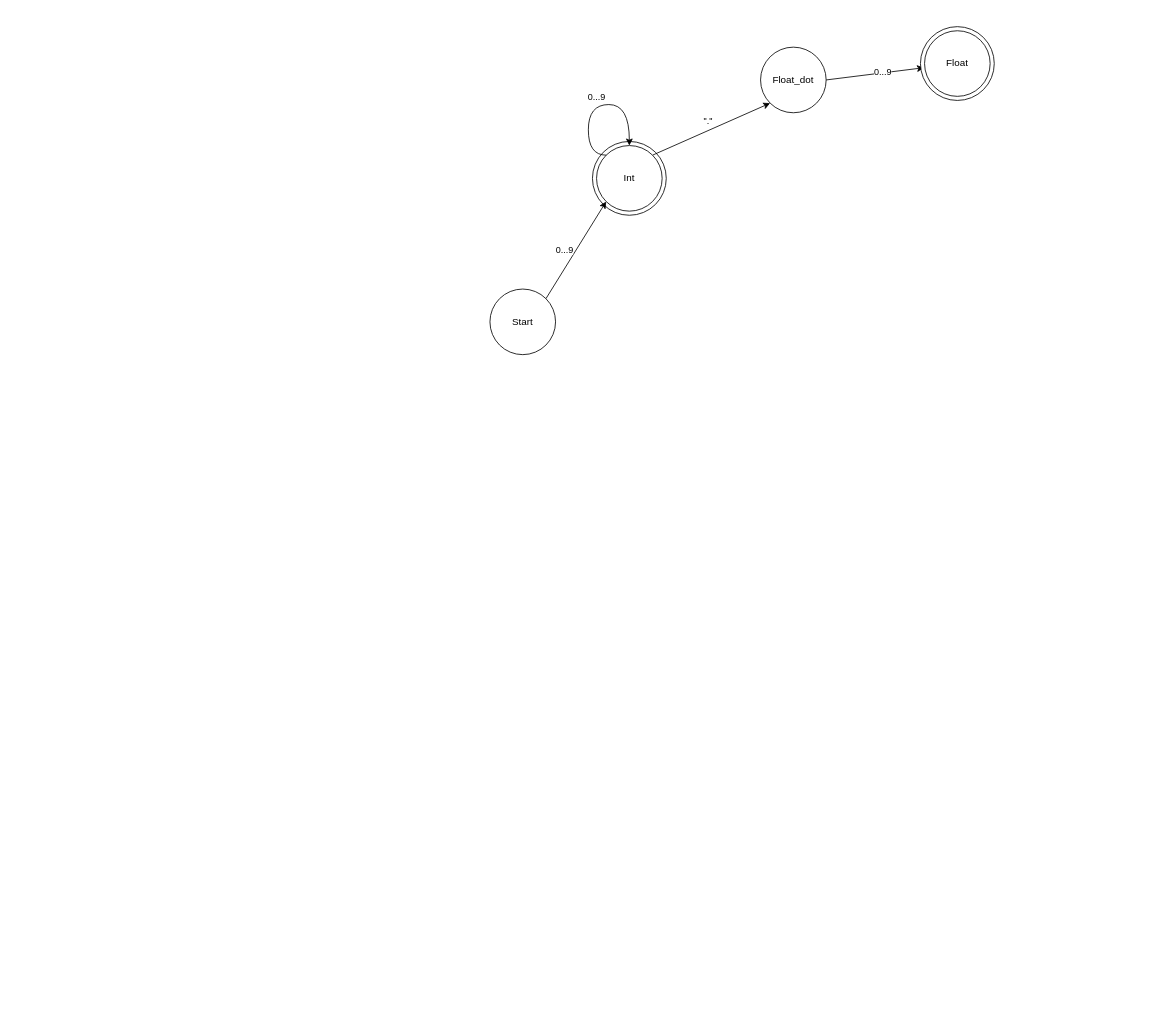
suchnamemuchuser/ifj_own keeps this draw.io diagram as scanner-FSM.drawio. Above is the earlier version. Source tidied: cells renumbered, new cells numbered last; positions are measured from the earlier drawing's top-left corner, leaving out a move shared by most shapes. Both pictures are drawn from the tidied source at 82%, with x=0, y=0 at pixel (490, 26).
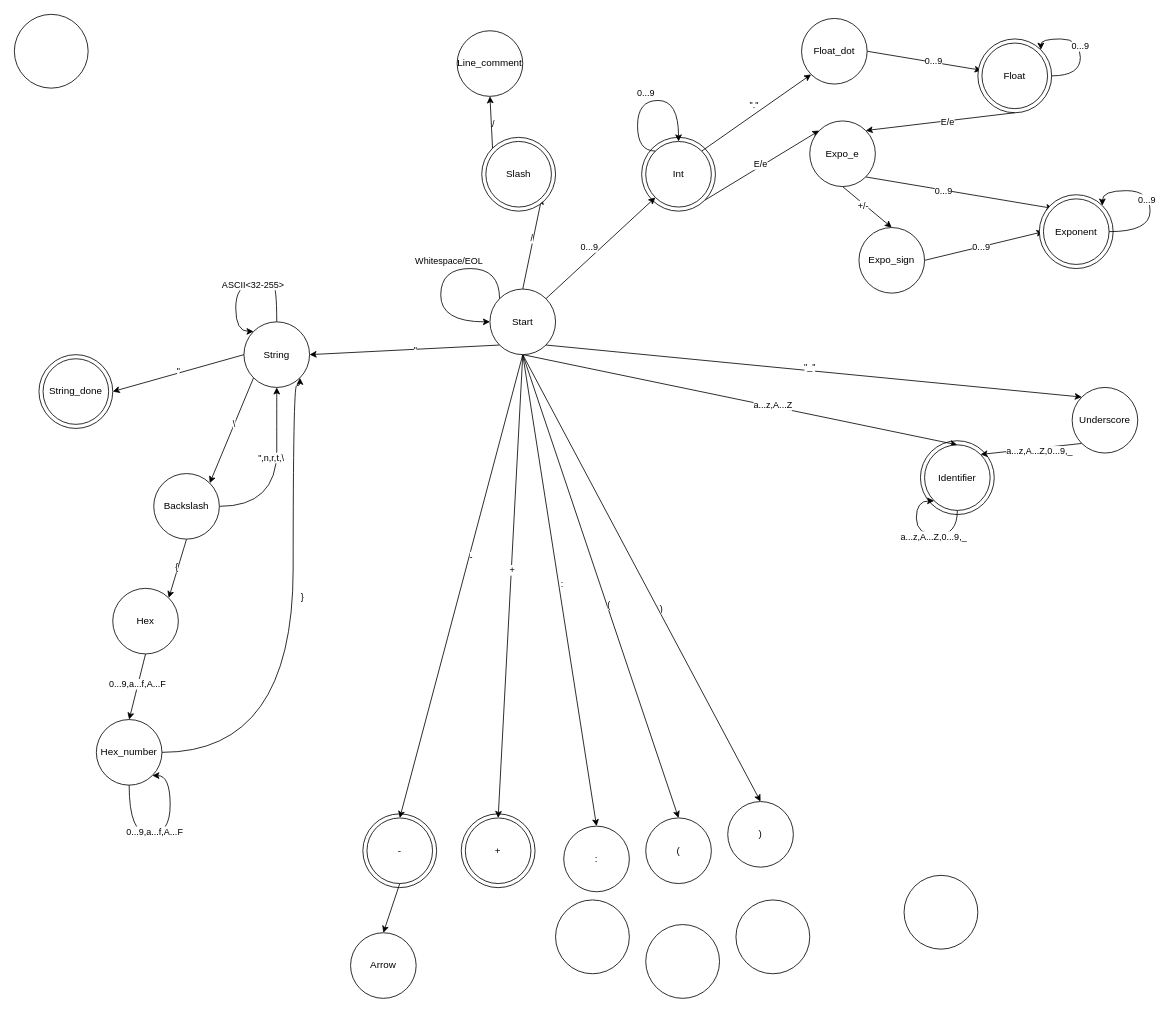
The same diagram, later.

The change refers to these unchanged cells:
```xml
<mxCell id="5" value="Start" style="ellipse;whiteSpace=wrap;html=1;" parent="1" vertex="1">
  <mxGeometry y="320" width="80" height="80" as="geometry" />
</mxCell>
<mxCell id="15" style="ellipse;whiteSpace=wrap;html=1;" parent="14" vertex="1">
  <mxGeometry width="90" height="90" as="geometry" />
</mxCell>
```

Change to the diagram source:
```diff
@@
+    <mxCell id="17" style="ellipse;whiteSpace=wrap;html=1;" parent="1" vertex="1">
+      <mxGeometry x="-35" y="960" width="90" height="90" as="geometry" />
+    </mxCell>
+    <mxCell id="18" style="ellipse;whiteSpace=wrap;html=1;" parent="1" vertex="1">
+      <mxGeometry x="-155" y="960" width="90" height="90" as="geometry" />
+    </mxCell>
+    <mxCell id="19" style="ellipse;whiteSpace=wrap;html=1;" parent="1" vertex="1">
+      <mxGeometry x="525" y="505" width="90" height="90" as="geometry" />
+    </mxCell>
+    <mxCell id="20" style="ellipse;whiteSpace=wrap;html=1;" parent="1" vertex="1">
+      <mxGeometry x="-580" y="-15" width="90" height="90" as="geometry" />
+    </mxCell>
+    <mxCell id="21" style="rounded=0;jettySize=auto;html=1;exitX=1;exitY=1;exitDx=0;exitDy=0;entryX=0;entryY=0;entryDx=0;entryDy=0;" parent="1" edge="1" source="2" target="46">
+      <mxGeometry relative="1" as="geometry" />
+    </mxCell>
+    <mxCell id="22" value="E/e" style="edgeLabel;html=1;align=center;verticalAlign=middle;" parent="21" vertex="1">
+      <mxGeometry x="-0.01" y="3" relative="1" as="geometry" />
+    </mxCell>
     <mxCell id="2" style="ellipse;whiteSpace=wrap;html=1;" parent="1" vertex="1">
-      <mxGeometry x="125" y="140" width="90" height="90" as="geometry" />
+      <mxGeometry x="185" y="135" width="90" height="90" as="geometry" />
     </mxCell>
@@
+    <mxCell id="23" style="rounded=0;jettySize=auto;html=1;exitX=0.5;exitY=1;exitDx=0;exitDy=0;entryX=0.5;entryY=0;entryDx=0;entryDy=0;" parent="1" edge="1" source="5" target="52">
+      <mxGeometry relative="1" as="geometry" />
+    </mxCell>
+    <mxCell id="24" value="a...z,A...Z" style="edgeLabel;html=1;align=center;verticalAlign=middle;" parent="23" vertex="1">
+      <mxGeometry x="0.15" y="2" relative="1" as="geometry" />
+    </mxCell>
+    <mxCell id="25" style="rounded=0;jettySize=auto;html=1;exitX=1;exitY=1;exitDx=0;exitDy=0;entryX=0;entryY=0;entryDx=0;entryDy=0;" parent="1" edge="1" source="5" target="55">
+      <mxGeometry relative="1" as="geometry" />
+    </mxCell>
+    <mxCell id="26" value="&quot;_&quot;" style="edgeLabel;html=1;align=center;verticalAlign=middle;" parent="25" vertex="1">
+      <mxGeometry x="-0.02" y="5" relative="1" as="geometry" />
+    </mxCell>
+    <mxCell id="27" style="rounded=0;jettySize=auto;html=1;exitX=0;exitY=1;exitDx=0;exitDy=0;entryX=1;entryY=0.5;entryDx=0;entryDy=0;" parent="1" edge="1" source="5" target="66">
+      <mxGeometry relative="1" as="geometry" />
+    </mxCell>
+    <mxCell id="28" value="&quot;" style="edgeLabel;html=1;align=center;verticalAlign=middle;" parent="27" vertex="1">
+      <mxGeometry x="-0.11" relative="1" as="geometry" />
+    </mxCell>
+    <mxCell id="29" style="rounded=0;jettySize=auto;html=1;exitX=0.5;exitY=0;exitDx=0;exitDy=0;entryX=1;entryY=1;entryDx=0;entryDy=0;" parent="1" edge="1" source="5" target="90">
+      <mxGeometry relative="1" as="geometry" />
+    </mxCell>
+    <mxCell id="30" value="/" style="edgeLabel;html=1;align=center;verticalAlign=middle;" parent="29" vertex="1">
+      <mxGeometry x="0.11" y="2" relative="1" as="geometry" />
+    </mxCell>
+    <mxCell id="31" style="rounded=0;jettySize=auto;html=1;exitX=0.5;exitY=1;exitDx=0;exitDy=0;entryX=0.5;entryY=0;entryDx=0;entryDy=0;" parent="1" edge="1" source="5" target="98">
+      <mxGeometry relative="1" as="geometry" />
+    </mxCell>
+    <mxCell id="32" value="-" style="edgeLabel;html=1;align=center;verticalAlign=middle;" parent="31" vertex="1">
+      <mxGeometry x="-0.13" y="2" relative="1" as="geometry" />
+    </mxCell>
+    <mxCell id="33" style="rounded=0;jettySize=auto;html=1;exitX=0.5;exitY=1;exitDx=0;exitDy=0;entryX=0.5;entryY=0;entryDx=0;entryDy=0;" parent="1" edge="1" source="5" target="99">
+      <mxGeometry relative="1" as="geometry" />
+    </mxCell>
+    <mxCell id="34" value="+" style="edgeLabel;html=1;align=center;verticalAlign=middle;" parent="33" vertex="1">
+      <mxGeometry x="-0.07" relative="1" as="geometry" />
+    </mxCell>
+    <mxCell id="35" style="rounded=0;jettySize=auto;html=1;exitX=0.5;exitY=1;exitDx=0;exitDy=0;entryX=0.5;entryY=0;entryDx=0;entryDy=0;" parent="1" edge="1" source="5" target="94">
+      <mxGeometry relative="1" as="geometry" />
+    </mxCell>
+    <mxCell id="36" value=":" style="edgeLabel;html=1;align=center;verticalAlign=middle;" parent="35" vertex="1">
+      <mxGeometry x="-0.08" y="-3" relative="1" as="geometry">
+        <mxPoint x="9" y="14" as="offset" />
+      </mxGeometry>
+    </mxCell>
+    <mxCell id="37" style="rounded=0;jettySize=auto;html=1;exitX=0.5;exitY=1;exitDx=0;exitDy=0;entryX=0.5;entryY=0;entryDx=0;entryDy=0;" parent="1" edge="1" source="5" target="95">
+      <mxGeometry relative="1" as="geometry" />
+    </mxCell>
+    <mxCell id="38" value="(" style="edgeLabel;html=1;align=center;verticalAlign=middle;" parent="37" vertex="1">
+      <mxGeometry x="0.08" y="2" relative="1" as="geometry" />
+    </mxCell>
+    <mxCell id="39" style="rounded=0;jettySize=auto;html=1;exitX=0.5;exitY=1;exitDx=0;exitDy=0;entryX=0.5;entryY=0;entryDx=0;entryDy=0;" parent="1" edge="1" source="5" target="96">
+      <mxGeometry relative="1" as="geometry" />
+    </mxCell>
+    <mxCell id="40" value=")" style="edgeLabel;html=1;align=center;verticalAlign=middle;" parent="39" vertex="1">
+      <mxGeometry x="0.14" y="2" relative="1" as="geometry">
+        <mxPoint x="1" as="offset" />
+      </mxGeometry>
+    </mxCell>
@@
     <mxCell id="8" value="Int" style="ellipse;whiteSpace=wrap;html=1;" parent="1" vertex="1">
-      <mxGeometry x="130" y="145" width="80" height="80" as="geometry" />
+      <mxGeometry x="190" y="140" width="80" height="80" as="geometry" />
     </mxCell>
@@
     <mxCell id="11" value="Float_dot" style="ellipse;whiteSpace=wrap;html=1;" parent="1" vertex="1">
-      <mxGeometry x="330" y="25" width="80" height="80" as="geometry" />
+      <mxGeometry x="380" y="-10" width="80" height="80" as="geometry" />
     </mxCell>
     <mxCell id="12" style="edgeStyle=orthogonalEdgeStyle;rounded=0;orthogonalLoop=1;jettySize=auto;html=1;exitX=0;exitY=0;exitDx=0;exitDy=0;entryX=0.5;entryY=0;entryDx=0;entryDy=0;curved=1;" parent="1" edge="1" source="8" target="8">
       <mxGeometry relative="1" as="geometry">
         <Array as="points">
-          <mxPoint x="120" y="157" />
-          <mxPoint x="120" y="95" />
-          <mxPoint x="170" y="95" />
+          <mxPoint x="180" y="152" />
+          <mxPoint x="180" y="90" />
+          <mxPoint x="230" y="90" />
         </Array>
       </mxGeometry>
     </mxCell>
@@
     <mxCell id="14" style="group;" parent="1" vertex="1">
-      <mxGeometry x="525" width="90" height="90" as="geometry" />
+      <mxGeometry x="595" y="15" width="90" height="90" as="geometry" />
     </mxCell>
@@
+    <mxCell id="41" value="0...9" style="edgeStyle=orthogonalEdgeStyle;rounded=0;orthogonalLoop=1;jettySize=auto;html=1;exitX=1;exitY=0.5;exitDx=0;exitDy=0;entryX=1;entryY=0;entryDx=0;entryDy=0;curved=1;" parent="14" edge="1" source="15" target="15">
+      <mxGeometry relative="1" as="geometry">
+        <Array as="points">
+          <mxPoint x="125" y="45" />
+          <mxPoint x="125" />
+          <mxPoint x="77" />
+        </Array>
+      </mxGeometry>
+    </mxCell>
+    <mxCell id="42" style="rounded=0;jettySize=auto;html=1;exitX=0.5;exitY=1;exitDx=0;exitDy=0;entryX=0.5;entryY=0;entryDx=0;entryDy=0;" parent="1" edge="1" source="46" target="49">
+      <mxGeometry relative="1" as="geometry" />
+    </mxCell>
+    <mxCell id="43" value="+/-" style="edgeLabel;html=1;align=center;verticalAlign=middle;" parent="42" vertex="1">
+      <mxGeometry x="-0.13" y="-2" relative="1" as="geometry" />
+    </mxCell>
+    <mxCell id="44" style="rounded=0;jettySize=auto;html=1;exitX=1;exitY=1;exitDx=0;exitDy=0;entryX=0;entryY=0;entryDx=0;entryDy=0;" parent="1" edge="1" source="46" target="74">
+      <mxGeometry relative="1" as="geometry" />
+    </mxCell>
+    <mxCell id="45" value="0...9" style="edgeLabel;html=1;align=center;verticalAlign=middle;" parent="44" vertex="1">
+      <mxGeometry x="-0.17" relative="1" as="geometry" />
+    </mxCell>
+    <mxCell id="46" value="Expo_e" style="ellipse;whiteSpace=wrap;html=1;" parent="1" vertex="1">
+      <mxGeometry x="390" y="115" width="80" height="80" as="geometry" />
+    </mxCell>
+    <mxCell id="47" style="rounded=0;jettySize=auto;html=1;exitX=1;exitY=0.5;exitDx=0;exitDy=0;entryX=0;entryY=0.5;entryDx=0;entryDy=0;" parent="1" edge="1" source="49" target="74">
+      <mxGeometry relative="1" as="geometry" />
+    </mxCell>
+    <mxCell id="48" value="0...9" style="edgeLabel;html=1;align=center;verticalAlign=middle;" parent="47" vertex="1">
+      <mxGeometry x="-0.06" relative="1" as="geometry" />
+    </mxCell>
+    <mxCell id="49" value="Expo_sign" style="ellipse;whiteSpace=wrap;html=1;" parent="1" vertex="1">
+      <mxGeometry x="450" y="245" width="80" height="80" as="geometry" />
+    </mxCell>
+    <mxCell id="50" style="edgeStyle=orthogonalEdgeStyle;rounded=0;orthogonalLoop=1;jettySize=auto;html=1;exitX=0;exitY=0;exitDx=0;exitDy=0;entryX=0;entryY=0.5;entryDx=0;entryDy=0;curved=1;" parent="1" edge="1" source="5" target="5">
+      <mxGeometry relative="1" as="geometry">
+        <Array as="points">
+          <mxPoint x="12" y="295" />
+          <mxPoint x="-60" y="295" />
+          <mxPoint x="-60" y="360" />
+        </Array>
+      </mxGeometry>
+    </mxCell>
+    <mxCell id="51" value="Whitespace/EOL" style="edgeLabel;html=1;align=center;verticalAlign=middle;" parent="50" vertex="1">
+      <mxGeometry x="-0.15" y="5" relative="1" as="geometry">
+        <mxPoint y="-15" as="offset" />
+      </mxGeometry>
+    </mxCell>
+    <mxCell id="52" value="Identifier" style="ellipse;whiteSpace=wrap;html=1;" parent="1" vertex="1">
+      <mxGeometry x="530" y="510" width="80" height="80" as="geometry" />
+    </mxCell>
+    <mxCell id="53" style="rounded=0;jettySize=auto;html=1;exitX=0;exitY=1;exitDx=0;exitDy=0;entryX=1;entryY=0;entryDx=0;entryDy=0;" parent="1" edge="1" source="55" target="52">
+      <mxGeometry relative="1" as="geometry" />
+    </mxCell>
+    <mxCell id="54" value="a...z,A...Z,0...9,_" style="edgeLabel;html=1;align=center;verticalAlign=middle;" parent="53" vertex="1">
+      <mxGeometry x="-0.18" y="-1" relative="1" as="geometry">
+        <mxPoint x="-1" y="5" as="offset" />
+      </mxGeometry>
+    </mxCell>
+    <mxCell id="55" value="Underscore" style="ellipse;whiteSpace=wrap;html=1;" parent="1" vertex="1">
+      <mxGeometry x="710" y="440" width="80" height="80" as="geometry" />
+    </mxCell>
+    <mxCell id="56" style="edgeStyle=orthogonalEdgeStyle;rounded=0;orthogonalLoop=1;jettySize=auto;html=1;exitX=0.5;exitY=1;exitDx=0;exitDy=0;entryX=0;entryY=1;entryDx=0;entryDy=0;curved=1;" parent="1" edge="1" source="52" target="52">
+      <mxGeometry relative="1" as="geometry">
+        <Array as="points">
+          <mxPoint x="570" y="620" />
+          <mxPoint x="520" y="620" />
+          <mxPoint x="520" y="578" />
+        </Array>
+      </mxGeometry>
+    </mxCell>
+    <mxCell id="57" value="a...z,A...Z,0...9,_" style="edgeLabel;html=1;align=center;verticalAlign=middle;" parent="56" vertex="1">
+      <mxGeometry x="-0.09" y="1" relative="1" as="geometry">
+        <mxPoint x="5" as="offset" />
+      </mxGeometry>
+    </mxCell>
+    <mxCell id="58" style="rounded=0;jettySize=auto;html=1;exitX=0.5;exitY=1;exitDx=0;exitDy=0;entryX=1;entryY=0;entryDx=0;entryDy=0;" parent="1" edge="1" source="15" target="46">
+      <mxGeometry relative="1" as="geometry" />
+    </mxCell>
+    <mxCell id="59" value="E/e" style="edgeLabel;html=1;align=center;verticalAlign=middle;" parent="58" vertex="1">
+      <mxGeometry x="-0.09" y="2" relative="1" as="geometry" />
+    </mxCell>
+    <mxCell id="60" style="rounded=0;jettySize=auto;html=1;exitX=0;exitY=0.5;exitDx=0;exitDy=0;entryX=1;entryY=0.5;entryDx=0;entryDy=0;" parent="1" edge="1" source="66" target="68">
+      <mxGeometry relative="1" as="geometry" />
+    </mxCell>
+    <mxCell id="61" value="&quot;" style="edgeLabel;html=1;align=center;verticalAlign=middle;" parent="60" vertex="1">
+      <mxGeometry y="-2" relative="1" as="geometry">
+        <mxPoint y="-1" as="offset" />
+      </mxGeometry>
+    </mxCell>
+    <mxCell id="62" style="rounded=0;orthogonalLoop=1;jettySize=auto;html=1;exitX=0.5;exitY=0;exitDx=0;exitDy=0;entryX=0;entryY=0;entryDx=0;entryDy=0;edgeStyle=orthogonalEdgeStyle;curved=1;" parent="1" edge="1" source="66" target="66">
+      <mxGeometry relative="1" as="geometry">
+        <Array as="points">
+          <mxPoint x="-270" y="315" />
+          <mxPoint x="-310" y="315" />
+          <mxPoint x="-310" y="382" />
+        </Array>
+      </mxGeometry>
+    </mxCell>
+    <mxCell id="63" value="ASCII&amp;lt;32-255&amp;gt;" style="edgeLabel;html=1;align=center;verticalAlign=middle;" parent="62" vertex="1">
+      <mxGeometry x="0.04" y="-1" relative="1" as="geometry">
+        <mxPoint x="15" as="offset" />
+      </mxGeometry>
+    </mxCell>
+    <mxCell id="64" style="rounded=0;jettySize=auto;html=1;exitX=0;exitY=1;exitDx=0;exitDy=0;entryX=1;entryY=0;entryDx=0;entryDy=0;" parent="1" edge="1" source="66" target="79">
+      <mxGeometry relative="1" as="geometry" />
+    </mxCell>
+    <mxCell id="65" value="\" style="edgeLabel;html=1;align=center;verticalAlign=middle;" parent="64" vertex="1">
+      <mxGeometry x="0.06" y="3" relative="1" as="geometry">
+        <mxPoint x="1" y="-13" as="offset" />
+      </mxGeometry>
+    </mxCell>
+    <mxCell id="66" value="String" style="ellipse;whiteSpace=wrap;html=1;" parent="1" vertex="1">
+      <mxGeometry x="-300" y="360" width="80" height="80" as="geometry" />
+    </mxCell>
+    <mxCell id="67" style="group;" parent="1" vertex="1">
+      <mxGeometry x="-550" y="400" width="90" height="90" as="geometry" />
+    </mxCell>
+    <mxCell id="68" style="ellipse;whiteSpace=wrap;html=1;" parent="67" vertex="1">
+      <mxGeometry width="90" height="90" as="geometry" />
+    </mxCell>
+    <mxCell id="69" value="String_done" style="ellipse;whiteSpace=wrap;html=1;" parent="67" vertex="1">
+      <mxGeometry x="5" y="5" width="80" height="80" as="geometry" />
+    </mxCell>
+    <mxCell id="70" style="group;" parent="1" vertex="1">
+      <mxGeometry x="670" y="205" width="90" height="90" as="geometry" />
+    </mxCell>
+    <mxCell id="71" style="ellipse;whiteSpace=wrap;html=1;" parent="70" vertex="1">
+      <mxGeometry width="90" height="90" as="geometry" />
+    </mxCell>
+    <mxCell id="72" style="edgeStyle=orthogonalEdgeStyle;rounded=0;jettySize=auto;html=1;exitX=1;exitY=0.5;exitDx=0;exitDy=0;entryX=1;entryY=0;entryDx=0;entryDy=0;curved=1;" parent="70" edge="1" source="74" target="71">
+      <mxGeometry relative="1" as="geometry">
+        <Array as="points">
+          <mxPoint x="135" y="45" />
+          <mxPoint x="135" y="-5" />
+          <mxPoint x="77" y="-5" />
+        </Array>
+      </mxGeometry>
+    </mxCell>
+    <mxCell id="73" value="0...9" style="edgeLabel;html=1;align=center;verticalAlign=middle;" parent="72" vertex="1">
+      <mxGeometry x="0.02" y="5" relative="1" as="geometry" />
+    </mxCell>
+    <mxCell id="74" value="Exponent" style="ellipse;whiteSpace=wrap;html=1;" parent="70" vertex="1">
+      <mxGeometry x="5" y="5" width="80" height="80" as="geometry" />
+    </mxCell>
+    <mxCell id="75" style="rounded=0;jettySize=auto;html=1;exitX=1;exitY=0.5;exitDx=0;exitDy=0;entryX=0.5;entryY=1;entryDx=0;entryDy=0;edgeStyle=orthogonalEdgeStyle;curved=1;" parent="1" edge="1" source="79" target="66">
+      <mxGeometry relative="1" as="geometry">
+        <Array as="points">
+          <mxPoint x="-260" y="585" />
+          <mxPoint x="-260" y="450" />
+        </Array>
+      </mxGeometry>
+    </mxCell>
+    <mxCell id="76" value="&quot;,n,r,t,\" style="edgeLabel;html=1;align=center;verticalAlign=middle;" parent="75" vertex="1">
+      <mxGeometry x="0.21" y="8" relative="1" as="geometry" />
+    </mxCell>
+    <mxCell id="77" style="rounded=0;jettySize=auto;html=1;exitX=0.5;exitY=1;exitDx=0;exitDy=0;entryX=1;entryY=0;entryDx=0;entryDy=0;" parent="1" edge="1" source="79" target="82">
+      <mxGeometry relative="1" as="geometry" />
+    </mxCell>
+    <mxCell id="78" value="{" style="edgeLabel;html=1;align=center;verticalAlign=middle;" parent="77" vertex="1">
+      <mxGeometry x="-0.05" y="-2" relative="1" as="geometry" />
+    </mxCell>
+    <mxCell id="79" value="Backslash" style="ellipse;whiteSpace=wrap;html=1;" parent="1" vertex="1">
+      <mxGeometry x="-410" y="545" width="80" height="80" as="geometry" />
+    </mxCell>
+    <mxCell id="80" style="rounded=0;jettySize=auto;html=1;exitX=0.5;exitY=1;exitDx=0;exitDy=0;entryX=0.5;entryY=0;entryDx=0;entryDy=0;" parent="1" edge="1" source="82" target="85">
+      <mxGeometry relative="1" as="geometry" />
+    </mxCell>
+    <mxCell id="81" value="0...9,a...f,A...F" style="edgeLabel;html=1;align=center;verticalAlign=middle;" parent="80" vertex="1">
+      <mxGeometry x="-0.07" y="-1" relative="1" as="geometry" />
+    </mxCell>
+    <mxCell id="82" value="Hex" style="ellipse;whiteSpace=wrap;html=1;" parent="1" vertex="1">
+      <mxGeometry x="-460" y="685" width="80" height="80" as="geometry" />
+    </mxCell>
+    <mxCell id="83" style="edgeStyle=orthogonalEdgeStyle;rounded=0;jettySize=auto;html=1;exitX=1;exitY=0.5;exitDx=0;exitDy=0;entryX=1;entryY=1;entryDx=0;entryDy=0;curved=1;" parent="1" edge="1" source="85" target="66">
+      <mxGeometry relative="1" as="geometry">
+        <Array as="points">
+          <mxPoint x="-240" y="885" />
+          <mxPoint x="-240" y="438" />
+        </Array>
+      </mxGeometry>
+    </mxCell>
+    <mxCell id="84" value="}" style="edgeLabel;html=1;align=center;verticalAlign=middle;" parent="83" vertex="1">
+      <mxGeometry x="0.12" y="1" relative="1" as="geometry">
+        <mxPoint x="11" as="offset" />
+      </mxGeometry>
+    </mxCell>
+    <mxCell id="85" value="Hex_number" style="ellipse;whiteSpace=wrap;html=1;" parent="1" vertex="1">
+      <mxGeometry x="-480" y="845" width="80" height="80" as="geometry" />
+    </mxCell>
+    <mxCell id="86" style="edgeStyle=orthogonalEdgeStyle;rounded=0;orthogonalLoop=1;jettySize=auto;html=1;exitX=0.5;exitY=1;exitDx=0;exitDy=0;entryX=1;entryY=1;entryDx=0;entryDy=0;curved=1;" parent="1" edge="1" source="85" target="85">
+      <mxGeometry relative="1" as="geometry">
+        <Array as="points">
+          <mxPoint x="-440" y="985" />
+          <mxPoint x="-390" y="985" />
+          <mxPoint x="-390" y="913" />
+        </Array>
+      </mxGeometry>
+    </mxCell>
+    <mxCell id="87" value="0...9,a...f,A...F" style="edgeLabel;html=1;align=center;verticalAlign=middle;" parent="86" vertex="1">
+      <mxGeometry x="0.24" y="3" relative="1" as="geometry">
+        <mxPoint x="-17" y="12" as="offset" />
+      </mxGeometry>
+    </mxCell>
+    <mxCell id="88" style="group;" parent="1" vertex="1">
+      <mxGeometry x="-10" y="135" width="90" height="90" as="geometry" />
+    </mxCell>
+    <mxCell id="89" style="ellipse;whiteSpace=wrap;html=1;" parent="88" vertex="1">
+      <mxGeometry width="90" height="90" as="geometry" />
+    </mxCell>
+    <mxCell id="90" value="Slash" style="ellipse;whiteSpace=wrap;html=1;" parent="88" vertex="1">
+      <mxGeometry x="5" y="5" width="80" height="80" as="geometry" />
+    </mxCell>
+    <mxCell id="91" value="Line_comment" style="ellipse;whiteSpace=wrap;html=1;" parent="1" vertex="1">
+      <mxGeometry x="-40" y="5" width="80" height="80" as="geometry" />
+    </mxCell>
+    <mxCell id="92" style="rounded=0;jettySize=auto;html=1;exitX=0;exitY=0;exitDx=0;exitDy=0;entryX=0.5;entryY=1;entryDx=0;entryDy=0;" parent="1" edge="1" source="89" target="91">
+      <mxGeometry relative="1" as="geometry" />
+    </mxCell>
+    <mxCell id="93" value="/" style="edgeLabel;html=1;align=center;verticalAlign=middle;" parent="92" vertex="1">
+      <mxGeometry x="0.03" y="-3" relative="1" as="geometry">
+        <mxPoint x="-1" y="3" as="offset" />
+      </mxGeometry>
+    </mxCell>
+    <mxCell id="94" value=":" style="ellipse;whiteSpace=wrap;html=1;" parent="1" vertex="1">
+      <mxGeometry x="90" y="975" width="80" height="80" as="geometry" />
+    </mxCell>
+    <mxCell id="95" value="(" style="ellipse;whiteSpace=wrap;html=1;" parent="1" vertex="1">
+      <mxGeometry x="190" y="965" width="80" height="80" as="geometry" />
+    </mxCell>
+    <mxCell id="96" value=")" style="ellipse;whiteSpace=wrap;html=1;" parent="1" vertex="1">
+      <mxGeometry x="290" y="945" width="80" height="80" as="geometry" />
+    </mxCell>
+    <mxCell id="97" style="rounded=0;jettySize=auto;html=1;exitX=0.5;exitY=1;exitDx=0;exitDy=0;entryX=0.5;entryY=0;entryDx=0;entryDy=0;" parent="1" edge="1" source="98" target="100">
+      <mxGeometry relative="1" as="geometry" />
+    </mxCell>
+    <mxCell id="98" value="-" style="ellipse;whiteSpace=wrap;html=1;" parent="1" vertex="1">
+      <mxGeometry x="-150" y="965" width="80" height="80" as="geometry" />
+    </mxCell>
+    <mxCell id="99" value="+" style="ellipse;whiteSpace=wrap;html=1;" parent="1" vertex="1">
+      <mxGeometry x="-30" y="965" width="80" height="80" as="geometry" />
+    </mxCell>
+    <mxCell id="100" value="Arrow" style="ellipse;whiteSpace=wrap;html=1;" parent="1" vertex="1">
+      <mxGeometry x="-170" y="1105" width="80" height="80" as="geometry" />
+    </mxCell>
+    <mxCell id="101" style="ellipse;whiteSpace=wrap;html=1;" parent="1" vertex="1">
+      <mxGeometry x="505" y="1035" width="90" height="90" as="geometry" />
+    </mxCell>
+    <mxCell id="102" style="ellipse;whiteSpace=wrap;html=1;" parent="1" vertex="1">
+      <mxGeometry x="80" y="1065" width="90" height="90" as="geometry" />
+    </mxCell>
+    <mxCell id="103" style="ellipse;whiteSpace=wrap;html=1;" parent="1" vertex="1">
+      <mxGeometry x="300" y="1065" width="90" height="90" as="geometry" />
+    </mxCell>
+    <mxCell id="104" style="ellipse;whiteSpace=wrap;html=1;" parent="1" vertex="1">
+      <mxGeometry x="190" y="1095" width="90" height="90" as="geometry" />
+    </mxCell>
```
